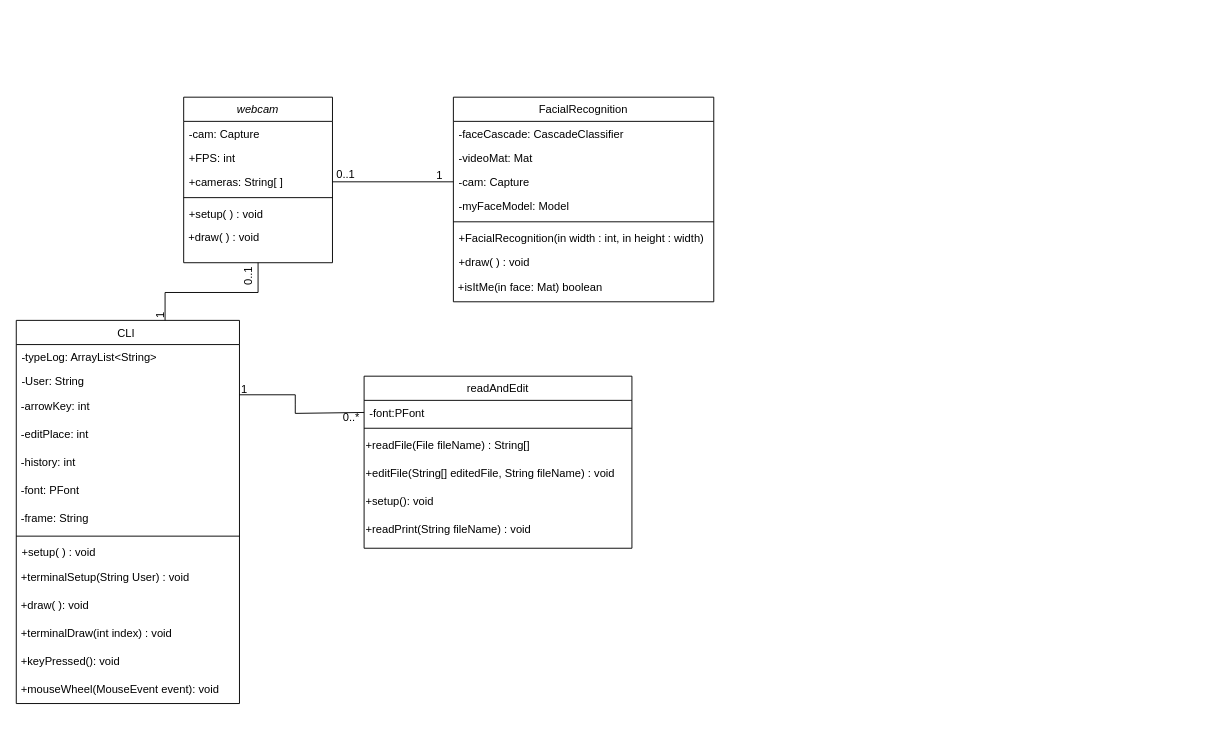
The draw.io diagram UML.drawio in Memin124/final_project, before the edit. Source tidied: cells renumbered, new cells numbered last; positions are measured from the earlier drawing's top-left corner, leaving out a move shared by most shapes. Both pictures are drawn from the tidied source at 93%, with x=0, y=0 at pixel (16, 97).
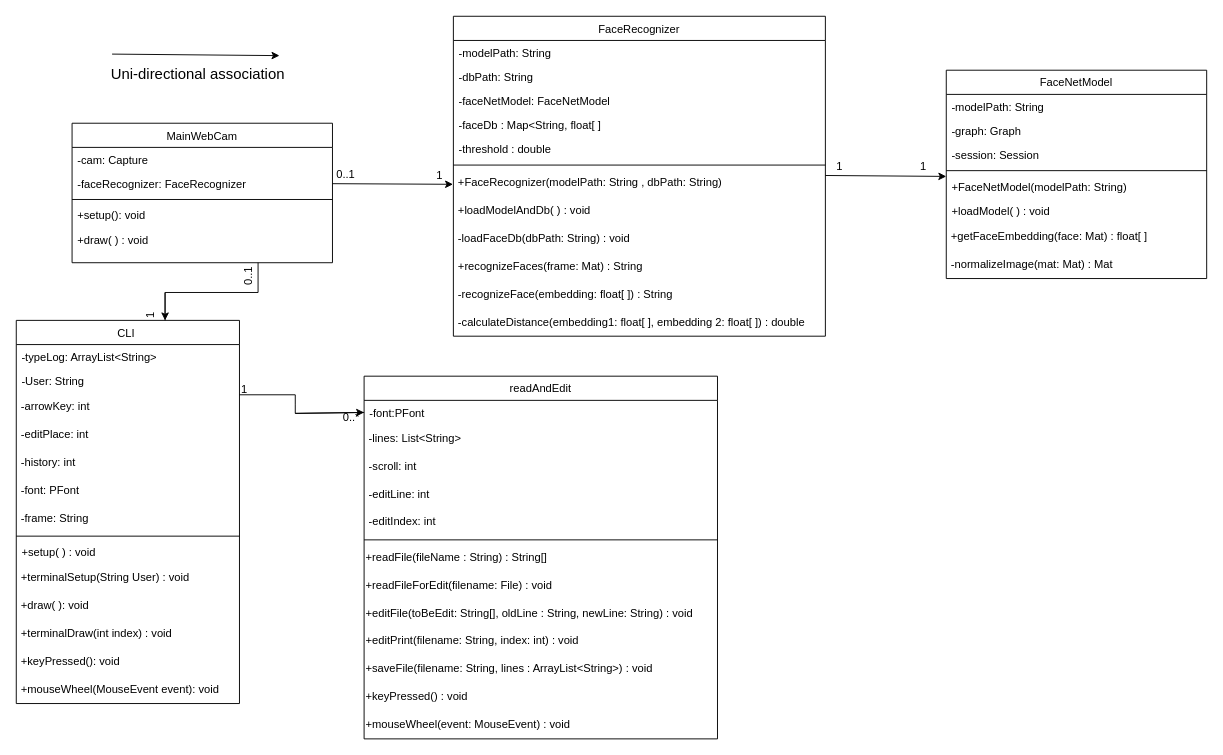
After the change.

The edit, as a diff of the source:
```diff
@@
-    <mxCell id="2" value="webcam" style="swimlane;fontStyle=2;align=center;verticalAlign=top;horizontal=1;startSize=26;rounded=0;shadow=0;strokeWidth=1;" parent="1" vertex="1">
-      <mxGeometry x="180" width="160" height="178" as="geometry" />
-    </mxCell>
-    <mxCell id="3" value="-cam: Capture" style="text;align=left;verticalAlign=top;spacingLeft=4;spacingRight=4;overflow=hidden;" parent="2" vertex="1">
-      <mxGeometry y="26" width="160" height="26" as="geometry" />
-    </mxCell>
-    <mxCell id="4" value="+FPS: int " style="text;align=left;verticalAlign=top;spacingLeft=4;spacingRight=4;overflow=hidden;rounded=0;shadow=0;html=0;" parent="2" vertex="1">
-      <mxGeometry y="52" width="160" height="26" as="geometry" />
-    </mxCell>
-    <mxCell id="5" value="+cameras: String[ ]" style="text;align=left;verticalAlign=top;spacingLeft=4;spacingRight=4;overflow=hidden;points=[[0,0.5],[1,0.5]];portConstraint=eastwest;rounded=0;shadow=0;html=0;" parent="2" vertex="1">
-      <mxGeometry y="78" width="160" height="26" as="geometry" />
-    </mxCell>
-    <mxCell id="6" style="line;html=1;strokeWidth=1;align=left;verticalAlign=middle;spacingTop=-1;spacingLeft=3;spacingRight=3;labelPosition=right;" parent="2" vertex="1">
-      <mxGeometry y="104" width="160" height="8" as="geometry" />
-    </mxCell>
-    <mxCell id="7" value="+setup( ) : void&#10;" style="text;align=left;verticalAlign=top;spacingLeft=4;spacingRight=4;overflow=hidden;" parent="2" vertex="1">
-      <mxGeometry y="112" width="160" height="26" as="geometry" />
-    </mxCell>
-    <mxCell id="8" value="&amp;nbsp;+draw( ) : void&lt;div style=&quot;border-color: var(--border-color); padding: 0px; margin: 0px;&quot;&gt;&lt;br style=&quot;border-color: var(--border-color); padding: 0px; margin: 0px;&quot;&gt;&lt;/div&gt;" style="text;html=1;align=left;verticalAlign=middle;points=[];strokeColor=none;fillColor=none;" parent="2" vertex="1">
-      <mxGeometry y="138" width="160" height="40" as="geometry" />
-    </mxCell>
@@
     <mxCell id="24" value="readAndEdit" style="swimlane;fontStyle=0;align=center;verticalAlign=top;horizontal=1;startSize=26;rounded=0;shadow=0;strokeWidth=1;" parent="1" vertex="1">
-      <mxGeometry x="374" y="300" width="288" height="185" as="geometry" />
+      <mxGeometry x="374" y="300" width="380" height="390" as="geometry" />
     </mxCell>
     <mxCell id="25" value="-font:PFont" style="text;align=left;verticalAlign=top;spacingLeft=4;spacingRight=4;overflow=hidden;points=[[0,0.5],[1,0.5]];portConstraint=eastwest;" parent="24" vertex="1">
-      <mxGeometry y="26" width="288" height="26" as="geometry" />
+      <mxGeometry y="26" width="380" height="26" as="geometry" />
     </mxCell>
+    <mxCell id="30" value="&amp;nbsp;-lines: List&amp;lt;String&amp;gt;" style="text;html=1;align=left;verticalAlign=middle;strokeColor=none;fillColor=none;" parent="24" vertex="1">
+      <mxGeometry y="52" width="380" height="30" as="geometry" />
+    </mxCell>
+    <mxCell id="49" value="&amp;nbsp;-scroll: int" style="text;html=1;align=left;verticalAlign=middle;strokeColor=none;fillColor=none;" parent="24" vertex="1">
+      <mxGeometry y="82" width="380" height="30" as="geometry" />
+    </mxCell>
+    <mxCell id="50" value="&amp;nbsp;-editLine: int" style="text;html=1;align=left;verticalAlign=middle;strokeColor=none;fillColor=none;" parent="24" vertex="1">
+      <mxGeometry y="112" width="380" height="30" as="geometry" />
+    </mxCell>
+    <mxCell id="51" value="&amp;nbsp;-editIndex: int&amp;nbsp;" style="text;html=1;align=left;verticalAlign=middle;strokeColor=none;fillColor=none;" parent="24" vertex="1">
+      <mxGeometry y="142" width="380" height="30" as="geometry" />
+    </mxCell>
     <mxCell id="26" style="line;html=1;strokeWidth=1;align=left;verticalAlign=middle;spacingTop=-1;spacingLeft=3;spacingRight=3;labelPosition=right;" parent="24" vertex="1">
-      <mxGeometry y="52" width="288" height="8" as="geometry" />
+      <mxGeometry y="172" width="380" height="8" as="geometry" />
     </mxCell>
-    <mxCell id="27" value="+readFile(File fileName) : String[]" style="text;html=1;align=left;verticalAlign=middle;strokeColor=none;fillColor=none;" parent="24" vertex="1">
-      <mxGeometry y="60" width="288" height="30" as="geometry" />
+    <mxCell id="27" value="+readFile(fileName : String) : String[]" style="text;html=1;align=left;verticalAlign=middle;strokeColor=none;fillColor=none;" parent="24" vertex="1">
+      <mxGeometry y="180" width="380" height="30" as="geometry" />
     </mxCell>
+    <mxCell id="29" value="+readFileForEdit(filename: File) : void" style="text;html=1;align=left;verticalAlign=middle;strokeColor=none;fillColor=none;" parent="24" vertex="1">
+      <mxGeometry y="210" width="380" height="30" as="geometry" />
+    </mxCell>
-    <mxCell id="28" value="+editFile(String[] editedFile, String fileName) : void" style="text;html=1;align=left;verticalAlign=middle;strokeColor=none;fillColor=none;" parent="24" vertex="1">
-      <mxGeometry y="90" width="288" height="30" as="geometry" />
+    <mxCell id="28" value="+editFile(toBeEdit: String[], oldLine : String, newLine: String) : void" style="text;html=1;align=left;verticalAlign=middle;strokeColor=none;fillColor=none;" parent="24" vertex="1">
+      <mxGeometry y="240" width="380" height="30" as="geometry" />
     </mxCell>
-    <mxCell id="29" value="+setup(): void" style="text;html=1;align=left;verticalAlign=middle;strokeColor=none;fillColor=none;" parent="24" vertex="1">
-      <mxGeometry y="120" width="288" height="30" as="geometry" />
-    </mxCell>
-    <mxCell id="30" value="+readPrint(String fileName) : void" style="text;html=1;align=left;verticalAlign=middle;strokeColor=none;fillColor=none;" parent="24" vertex="1">
-      <mxGeometry y="150" width="288" height="30" as="geometry" />
-    </mxCell>
-    <mxCell id="31" value="FacialRecognition" style="swimlane;fontStyle=0;align=center;verticalAlign=top;horizontal=1;startSize=26;rounded=0;shadow=0;strokeWidth=1;" parent="1" vertex="1">
-      <mxGeometry x="470" width="280" height="220" as="geometry" />
-    </mxCell>
-    <mxCell id="32" value="-faceCascade: CascadeClassifier " style="text;align=left;verticalAlign=top;spacingLeft=4;spacingRight=4;overflow=hidden;rounded=0;shadow=0;html=0;" parent="31" vertex="1">
-      <mxGeometry y="26" width="280" height="26" as="geometry" />
-    </mxCell>
-    <mxCell id="33" value="-videoMat: Mat" style="text;align=left;verticalAlign=top;spacingLeft=4;spacingRight=4;overflow=hidden;rounded=0;shadow=0;html=0;" parent="31" vertex="1">
-      <mxGeometry y="52" width="280" height="26" as="geometry" />
-    </mxCell>
-    <mxCell id="34" value="-cam: Capture" style="text;align=left;verticalAlign=top;spacingLeft=4;spacingRight=4;overflow=hidden;points=[[0,0.5],[1,0.5]];portConstraint=eastwest;rounded=0;shadow=0;html=0;" parent="31" vertex="1">
-      <mxGeometry y="78" width="280" height="26" as="geometry" />
-    </mxCell>
-    <mxCell id="35" value="-myFaceModel: Model" style="text;align=left;verticalAlign=top;spacingLeft=4;spacingRight=4;overflow=hidden;rounded=0;shadow=0;html=0;" parent="31" vertex="1">
-      <mxGeometry y="104" width="280" height="26" as="geometry" />
-    </mxCell>
-    <mxCell id="36" style="line;html=1;strokeWidth=1;align=left;verticalAlign=middle;spacingTop=-1;spacingLeft=3;spacingRight=3;labelPosition=right;" parent="31" vertex="1">
-      <mxGeometry y="130" width="280" height="8" as="geometry" />
-    </mxCell>
-    <mxCell id="37" value="+FacialRecognition(in width : int, in height : width) " style="text;align=left;verticalAlign=top;spacingLeft=4;spacingRight=4;overflow=hidden;" parent="31" vertex="1">
-      <mxGeometry y="138" width="280" height="26" as="geometry" />
-    </mxCell>
-    <mxCell id="38" value="+draw( ) : void&#10;" style="text;align=left;verticalAlign=top;spacingLeft=4;spacingRight=4;overflow=hidden;" parent="31" vertex="1">
-      <mxGeometry y="164" width="280" height="26" as="geometry" />
-    </mxCell>
-    <mxCell id="39" value="&amp;nbsp;+isItMe(in face: Mat) boolean" style="text;html=1;align=left;verticalAlign=middle;strokeColor=none;fillColor=none;" parent="31" vertex="1">
-      <mxGeometry y="190" width="280" height="30" as="geometry" />
-    </mxCell>
-    <mxCell id="40" style="endArrow=none;html=1;rounded=0;exitX=1;exitY=0.5;exitDx=0;exitDy=0;entryX=0;entryY=0.5;entryDx=0;entryDy=0;" parent="1" edge="1" source="5" target="34">
-      <mxGeometry relative="1" as="geometry" />
-    </mxCell>
+    <mxCell id="52" value="+editPrint(filename: String, index: int) : void" style="text;html=1;align=left;verticalAlign=middle;strokeColor=none;fillColor=none;" parent="24" vertex="1">
+      <mxGeometry y="270" width="380" height="30" as="geometry" />
+    </mxCell>
+    <mxCell id="53" value="+saveFile(filename: String, lines : ArrayList&amp;lt;String&amp;gt;) : void" style="text;html=1;align=left;verticalAlign=middle;strokeColor=none;fillColor=none;" parent="24" vertex="1">
+      <mxGeometry y="300" width="380" height="30" as="geometry" />
+    </mxCell>
+    <mxCell id="54" value="+keyPressed() : void" style="text;html=1;align=left;verticalAlign=middle;strokeColor=none;fillColor=none;" parent="24" vertex="1">
+      <mxGeometry y="330" width="380" height="30" as="geometry" />
+    </mxCell>
+    <mxCell id="55" value="+mouseWheel(event: MouseEvent) : void" style="text;html=1;align=left;verticalAlign=middle;strokeColor=none;fillColor=none;" parent="24" vertex="1">
+      <mxGeometry y="360" width="380" height="30" as="geometry" />
+    </mxCell>
-    <mxCell id="41" style="endArrow=none;html=1;rounded=0;" parent="1" edge="1" target="8">
+    <mxCell id="41" style="endArrow=none;html=1;rounded=0;" parent="1" edge="1">
       <mxGeometry relative="1" as="geometry">
         <mxPoint x="160" y="240" as="sourcePoint" />
+        <mxPoint x="260" y="178" as="targetPoint" />
         <Array as="points">
           <mxPoint x="160" y="210" />
           <mxPoint x="260" y="210" />
         </Array>
       </mxGeometry>
     </mxCell>
@@
     <mxCell id="45" value="1" style="text;html=1;align=center;verticalAlign=middle;strokeColor=none;fillColor=none;rotation=270;" parent="1" vertex="1">
-      <mxGeometry x="140" y="220" width="30" height="30" as="geometry" />
+      <mxGeometry x="130" y="220" width="30" height="30" as="geometry" />
     </mxCell>
@@
+    <mxCell id="56" value="FaceNetModel" style="swimlane;fontStyle=0;align=center;verticalAlign=top;horizontal=1;startSize=26;rounded=0;shadow=0;strokeWidth=1;" parent="1" vertex="1">
+      <mxGeometry x="1000" y="-29" width="280" height="224" as="geometry" />
+    </mxCell>
+    <mxCell id="57" value="-modelPath: String" style="text;align=left;verticalAlign=top;spacingLeft=4;spacingRight=4;overflow=hidden;rounded=0;shadow=0;html=0;" parent="56" vertex="1">
+      <mxGeometry y="26" width="280" height="26" as="geometry" />
+    </mxCell>
+    <mxCell id="58" value="-graph: Graph" style="text;align=left;verticalAlign=top;spacingLeft=4;spacingRight=4;overflow=hidden;rounded=0;shadow=0;html=0;" parent="56" vertex="1">
+      <mxGeometry y="52" width="280" height="26" as="geometry" />
+    </mxCell>
+    <mxCell id="59" value="-session: Session" style="text;align=left;verticalAlign=top;spacingLeft=4;spacingRight=4;overflow=hidden;rounded=0;shadow=0;html=0;" parent="56" vertex="1">
+      <mxGeometry y="78" width="280" height="26" as="geometry" />
+    </mxCell>
+    <mxCell id="60" style="line;html=1;strokeWidth=1;align=left;verticalAlign=middle;spacingTop=-1;spacingLeft=3;spacingRight=3;labelPosition=right;" parent="56" vertex="1">
+      <mxGeometry y="104" width="280" height="8" as="geometry" />
+    </mxCell>
+    <mxCell id="61" value="+FaceNetModel(modelPath: String) " style="text;align=left;verticalAlign=top;spacingLeft=4;spacingRight=4;overflow=hidden;" parent="56" vertex="1">
+      <mxGeometry y="112" width="280" height="26" as="geometry" />
+    </mxCell>
+    <mxCell id="62" value="+loadModel( ) : void&#10;" style="text;align=left;verticalAlign=top;spacingLeft=4;spacingRight=4;overflow=hidden;" parent="56" vertex="1">
+      <mxGeometry y="138" width="280" height="26" as="geometry" />
+    </mxCell>
+    <mxCell id="63" value="&amp;nbsp;+getFaceEmbedding(face: Mat) : float[ ]" style="text;html=1;align=left;verticalAlign=middle;strokeColor=none;fillColor=none;" parent="56" vertex="1">
+      <mxGeometry y="164" width="280" height="30" as="geometry" />
+    </mxCell>
+    <mxCell id="64" value="&amp;nbsp;-normalizeImage(mat: Mat) : Mat" style="text;html=1;align=left;verticalAlign=middle;strokeColor=none;fillColor=none;" parent="56" vertex="1">
+      <mxGeometry y="194" width="280" height="30" as="geometry" />
+    </mxCell>
+    <mxCell id="65" value="FaceRecognizer" style="swimlane;fontStyle=0;align=center;verticalAlign=top;horizontal=1;startSize=26;rounded=0;shadow=0;strokeWidth=1;" parent="1" vertex="1">
+      <mxGeometry x="470" y="-87" width="400" height="344" as="geometry" />
+    </mxCell>
+    <mxCell id="66" value="-modelPath: String" style="text;align=left;verticalAlign=top;spacingLeft=4;spacingRight=4;overflow=hidden;rounded=0;shadow=0;html=0;" parent="65" vertex="1">
+      <mxGeometry y="26" width="400" height="26" as="geometry" />
+    </mxCell>
+    <mxCell id="67" value="-dbPath: String" style="text;align=left;verticalAlign=top;spacingLeft=4;spacingRight=4;overflow=hidden;rounded=0;shadow=0;html=0;" parent="65" vertex="1">
+      <mxGeometry y="52" width="400" height="26" as="geometry" />
+    </mxCell>
+    <mxCell id="68" value="-faceNetModel: FaceNetModel" style="text;align=left;verticalAlign=top;spacingLeft=4;spacingRight=4;overflow=hidden;rounded=0;shadow=0;html=0;" parent="65" vertex="1">
+      <mxGeometry y="78" width="400" height="26" as="geometry" />
+    </mxCell>
+    <mxCell id="69" value="-faceDb : Map&lt;String, float[ ]" style="text;align=left;verticalAlign=top;spacingLeft=4;spacingRight=4;overflow=hidden;" parent="65" vertex="1">
+      <mxGeometry y="104" width="400" height="26" as="geometry" />
+    </mxCell>
+    <mxCell id="70" value="-threshold : double" style="text;align=left;verticalAlign=top;spacingLeft=4;spacingRight=4;overflow=hidden;" parent="65" vertex="1">
+      <mxGeometry y="130" width="400" height="26" as="geometry" />
+    </mxCell>
+    <mxCell id="71" style="line;html=1;strokeWidth=1;align=left;verticalAlign=middle;spacingTop=-1;spacingLeft=3;spacingRight=3;labelPosition=right;" parent="65" vertex="1">
+      <mxGeometry y="156" width="400" height="8" as="geometry" />
+    </mxCell>
+    <mxCell id="72" value="&amp;nbsp;+FaceRecognizer(modelPath: String , dbPath: String)" style="text;html=1;align=left;verticalAlign=middle;points=[];strokeColor=none;fillColor=none;" parent="65" vertex="1">
+      <mxGeometry y="164" width="400" height="30" as="geometry" />
+    </mxCell>
+    <mxCell id="73" value="&amp;nbsp;+loadModelAndDb( ) : void" style="text;html=1;align=left;verticalAlign=middle;strokeColor=none;fillColor=none;" parent="65" vertex="1">
+      <mxGeometry y="194" width="400" height="30" as="geometry" />
+    </mxCell>
+    <mxCell id="74" value="&amp;nbsp;-loadFaceDb(dbPath: String) : void" style="text;html=1;align=left;verticalAlign=middle;strokeColor=none;fillColor=none;" parent="65" vertex="1">
+      <mxGeometry y="224" width="400" height="30" as="geometry" />
+    </mxCell>
+    <mxCell id="75" value="&amp;nbsp;+recognizeFaces(frame: Mat) : String" style="text;html=1;align=left;verticalAlign=middle;strokeColor=none;fillColor=none;" parent="65" vertex="1">
+      <mxGeometry y="254" width="400" height="30" as="geometry" />
+    </mxCell>
+    <mxCell id="76" value="&amp;nbsp;-recognizeFace(embedding: float[ ]) : String" style="text;html=1;align=left;verticalAlign=middle;strokeColor=none;fillColor=none;" parent="65" vertex="1">
+      <mxGeometry y="284" width="400" height="30" as="geometry" />
+    </mxCell>
+    <mxCell id="77" value="&amp;nbsp;-calculateDistance(embedding1: float[ ], embedding 2: float[ ]) : double&amp;nbsp;" style="text;html=1;align=left;verticalAlign=middle;strokeColor=none;fillColor=none;" parent="65" vertex="1">
+      <mxGeometry y="314" width="400" height="30" as="geometry" />
+    </mxCell>
+    <mxCell id="78" value="MainWebCam" style="swimlane;fontStyle=0;align=center;verticalAlign=top;horizontal=1;startSize=26;rounded=0;shadow=0;strokeWidth=1;" parent="1" vertex="1">
+      <mxGeometry x="60" y="28" width="280" height="150" as="geometry" />
+    </mxCell>
+    <mxCell id="34" value="-cam: Capture" style="text;align=left;verticalAlign=top;spacingLeft=4;spacingRight=4;overflow=hidden;points=[[0,0.5],[1,0.5]];portConstraint=eastwest;rounded=0;shadow=0;html=0;" parent="78" vertex="1">
+      <mxGeometry y="26" width="280" height="26" as="geometry" />
+    </mxCell>
+    <mxCell id="79" value="-faceRecognizer: FaceRecognizer" style="text;align=left;verticalAlign=top;spacingLeft=4;spacingRight=4;overflow=hidden;points=[[0,0.5],[1,0.5]];portConstraint=eastwest;rounded=0;shadow=0;html=0;" parent="78" vertex="1">
+      <mxGeometry y="52" width="280" height="26" as="geometry" />
+    </mxCell>
+    <mxCell id="80" style="line;html=1;strokeWidth=1;align=left;verticalAlign=middle;spacingTop=-1;spacingLeft=3;spacingRight=3;labelPosition=right;" parent="78" vertex="1">
+      <mxGeometry y="78" width="280" height="8" as="geometry" />
+    </mxCell>
+    <mxCell id="81" value="+setup(): void" style="text;align=left;verticalAlign=top;spacingLeft=4;spacingRight=4;overflow=hidden;" parent="78" vertex="1">
+      <mxGeometry y="86" width="280" height="26" as="geometry" />
+    </mxCell>
+    <mxCell id="38" value="+draw( ) : void&#10;" style="text;align=left;verticalAlign=top;spacingLeft=4;spacingRight=4;overflow=hidden;" parent="78" vertex="1">
+      <mxGeometry y="112" width="280" height="26" as="geometry" />
+    </mxCell>
+    <mxCell id="82" value="1" style="text;html=1;align=center;verticalAlign=middle;strokeColor=none;fillColor=none;" parent="1" vertex="1">
+      <mxGeometry x="870" y="60" width="30" height="30" as="geometry" />
+    </mxCell>
+    <mxCell id="83" value="1" style="text;html=1;align=center;verticalAlign=middle;strokeColor=none;fillColor=none;" parent="1" vertex="1">
+      <mxGeometry x="960" y="60" width="30" height="30" as="geometry" />
+    </mxCell>
+    <mxCell id="84" style="endArrow=classic;html=1;rounded=0;entryX=-0.001;entryY=0.556;entryDx=0;entryDy=0;entryPerimeter=0;exitX=1;exitY=0.5;exitDx=0;exitDy=0;" parent="1" edge="1" source="79" target="72">
+      <mxGeometry relative="1" as="geometry" />
+    </mxCell>
+    <mxCell id="85" style="endArrow=classic;html=1;rounded=0;entryX=-0.001;entryY=0.556;entryDx=0;entryDy=0;entryPerimeter=0;exitX=1;exitY=0.5;exitDx=0;exitDy=0;" parent="1" edge="1">
+      <mxGeometry relative="1" as="geometry">
+        <mxPoint x="870" y="84.2" as="sourcePoint" />
+        <mxPoint x="1000" y="85.2" as="targetPoint" />
+      </mxGeometry>
+    </mxCell>
+    <mxCell id="86" style="endArrow=classic;html=1;rounded=0;entryX=0;entryY=0.5;entryDx=0;entryDy=0;" parent="1" edge="1" target="25">
+      <mxGeometry relative="1" as="geometry">
+        <mxPoint x="300" y="340" as="sourcePoint" />
+      </mxGeometry>
+    </mxCell>
+    <mxCell id="87" style="endArrow=classic;html=1;rounded=0;" parent="1" edge="1">
+      <mxGeometry relative="1" as="geometry">
+        <mxPoint x="160" y="210" as="sourcePoint" />
+        <mxPoint x="160" y="240" as="targetPoint" />
+      </mxGeometry>
+    </mxCell>
+    <mxCell id="88" value="&lt;font style=&quot;font-size: 16px;&quot;&gt;Uni-directional association&lt;/font&gt;" style="text;html=1;align=center;verticalAlign=middle;points=[];strokeColor=none;fillColor=none;" parent="1" vertex="1">
+      <mxGeometry x="90" y="-40" width="210" height="30" as="geometry" />
+    </mxCell>
+    <mxCell id="89" style="endArrow=classic;html=1;rounded=0;exitX=0.062;exitY=-0.211;exitDx=0;exitDy=0;exitPerimeter=0;entryX=0.919;entryY=-0.156;entryDx=0;entryDy=0;entryPerimeter=0;" parent="1" edge="1" source="88" target="88">
+      <mxGeometry relative="1" as="geometry" />
+    </mxCell>
```
